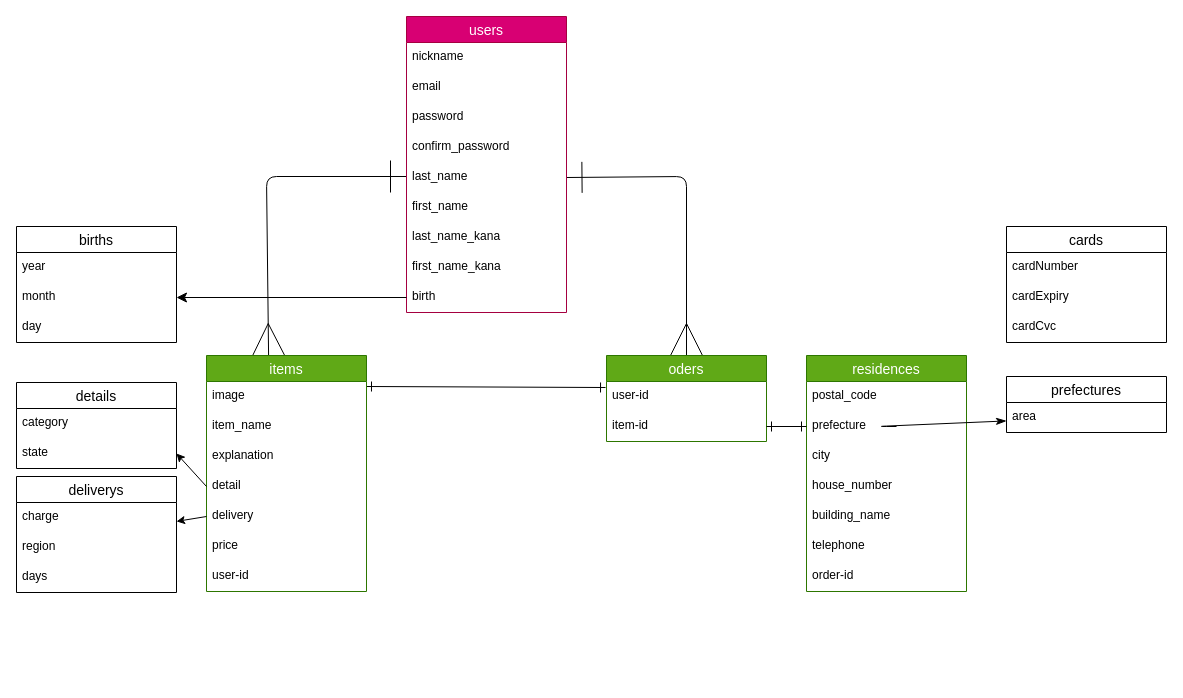
Above: test.drawio in umeeee0325/furima-40270 (draw.io), before the change. Source tidied: cells renumbered, new cells numbered last; positions are measured from the earlier drawing's top-left corner, leaving out a move shared by most shapes. Both pictures are drawn from the tidied source at 100%, with x=0, y=0 at pixel (16, 16).
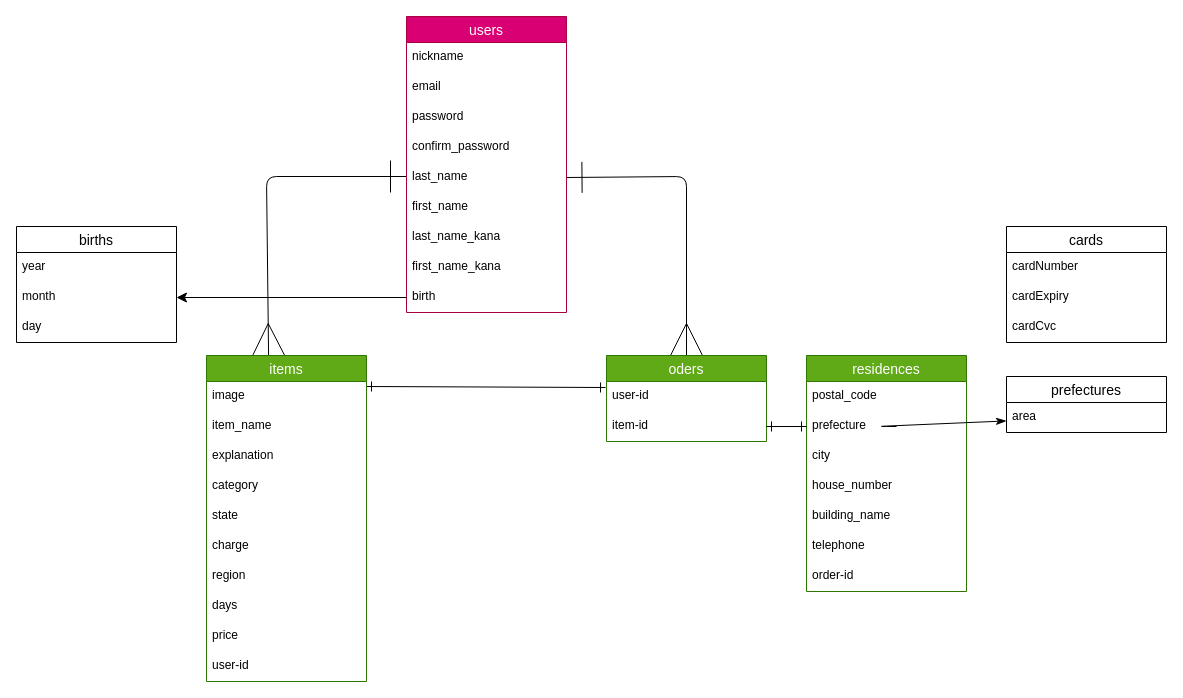
Above is the later version.

Commit message (it also covers changes not shown here):
データベース設計の修正

Change to the diagram source:
```diff
@@
     <mxCell id="15" value="items" style="swimlane;fontStyle=0;horizontal=1;startSize=26;align=center;fontSize=14;fillColor=#60a917;fontColor=#ffffff;strokeColor=#2D7600;" parent="1" vertex="1">
-      <mxGeometry x="190" y="339" width="160" height="236" as="geometry" />
+      <mxGeometry x="190" y="339" width="160" height="326" as="geometry" />
     </mxCell>
@@
-    <mxCell id="19" value="detail" style="text;strokeColor=none;fillColor=none;spacingLeft=4;spacingRight=4;overflow=hidden;points=[[0,0.5],[1,0.5]];portConstraint=eastwest;fontSize=12;" parent="15" vertex="1">
+    <mxCell id="19" value="category" style="text;strokeColor=none;fillColor=none;spacingLeft=4;spacingRight=4;overflow=hidden;points=[[0,0.5],[1,0.5]];portConstraint=eastwest;fontSize=12;" parent="15" vertex="1">
       <mxGeometry y="116" width="160" height="30" as="geometry" />
     </mxCell>
+    <mxCell id="36" value="state" style="text;strokeColor=none;fillColor=none;spacingLeft=4;spacingRight=4;overflow=hidden;points=[[0,0.5],[1,0.5]];portConstraint=eastwest;fontSize=12;" parent="15" vertex="1">
+      <mxGeometry y="146" width="160" height="30" as="geometry" />
+    </mxCell>
-    <mxCell id="20" value="delivery" style="text;strokeColor=none;fillColor=none;spacingLeft=4;spacingRight=4;overflow=hidden;points=[[0,0.5],[1,0.5]];portConstraint=eastwest;fontSize=12;" parent="15" vertex="1">
-      <mxGeometry y="146" width="160" height="30" as="geometry" />
+    <mxCell id="20" value="charge" style="text;strokeColor=none;fillColor=none;spacingLeft=4;spacingRight=4;overflow=hidden;points=[[0,0.5],[1,0.5]];portConstraint=eastwest;fontSize=12;" parent="15" vertex="1">
+      <mxGeometry y="176" width="160" height="30" as="geometry" />
     </mxCell>
+    <mxCell id="40" value="region" style="text;strokeColor=none;fillColor=none;spacingLeft=4;spacingRight=4;overflow=hidden;fontSize=12;" parent="15" vertex="1">
+      <mxGeometry y="206" width="160" height="30" as="geometry" />
+    </mxCell>
+    <mxCell id="41" value="days" style="text;strokeColor=none;fillColor=none;spacingLeft=4;spacingRight=4;overflow=hidden;fontSize=12;" parent="15" vertex="1">
+      <mxGeometry y="236" width="160" height="30" as="geometry" />
+    </mxCell>
     <mxCell id="21" value="price" style="text;strokeColor=none;fillColor=none;spacingLeft=4;spacingRight=4;overflow=hidden;fontSize=12;" parent="15" vertex="1">
-      <mxGeometry y="176" width="160" height="30" as="geometry" />
+      <mxGeometry y="266" width="160" height="30" as="geometry" />
     </mxCell>
     <mxCell id="22" value="user-id" style="text;strokeColor=none;fillColor=none;spacingLeft=4;spacingRight=4;overflow=hidden;fontSize=12;" parent="15" vertex="1">
-      <mxGeometry y="206" width="160" height="30" as="geometry" />
+      <mxGeometry y="296" width="160" height="30" as="geometry" />
     </mxCell>
@@
-    <mxCell id="34" value="details" style="swimlane;fontStyle=0;horizontal=1;startSize=26;align=center;fontSize=14;" parent="1" vertex="1">
-      <mxGeometry y="366" width="160" height="86" as="geometry" />
-    </mxCell>
-    <mxCell id="35" value="category" style="text;strokeColor=none;fillColor=none;spacingLeft=4;spacingRight=4;overflow=hidden;fontSize=12;" parent="34" vertex="1">
-      <mxGeometry y="26" width="160" height="30" as="geometry" />
-    </mxCell>
-    <mxCell id="36" value="state" style="text;strokeColor=none;fillColor=none;spacingLeft=4;spacingRight=4;overflow=hidden;points=[[0,0.5],[1,0.5]];portConstraint=eastwest;fontSize=12;" parent="34" vertex="1">
-      <mxGeometry y="56" width="160" height="30" as="geometry" />
-    </mxCell>
-    <mxCell id="37" style="edgeStyle=none;html=1;exitX=0;exitY=0.5;exitDx=0;exitDy=0;entryX=1;entryY=0.5;entryDx=0;entryDy=0;" parent="1" edge="1" source="19" target="36">
-      <mxGeometry relative="1" as="geometry" />
-    </mxCell>
-    <mxCell id="38" value="deliverys" style="swimlane;fontStyle=0;horizontal=1;startSize=26;align=center;fontSize=14;" parent="1" vertex="1">
-      <mxGeometry y="460" width="160" height="116" as="geometry" />
-    </mxCell>
-    <mxCell id="39" value="charge" style="text;strokeColor=none;fillColor=none;spacingLeft=4;spacingRight=4;overflow=hidden;fontSize=12;" parent="38" vertex="1">
-      <mxGeometry y="26" width="160" height="30" as="geometry" />
-    </mxCell>
-    <mxCell id="40" value="region" style="text;strokeColor=none;fillColor=none;spacingLeft=4;spacingRight=4;overflow=hidden;fontSize=12;" parent="38" vertex="1">
-      <mxGeometry y="56" width="160" height="30" as="geometry" />
-    </mxCell>
-    <mxCell id="41" value="days" style="text;strokeColor=none;fillColor=none;spacingLeft=4;spacingRight=4;overflow=hidden;fontSize=12;" parent="38" vertex="1">
-      <mxGeometry y="86" width="160" height="30" as="geometry" />
-    </mxCell>
-    <mxCell id="42" style="edgeStyle=none;html=1;exitX=0;exitY=0.5;exitDx=0;exitDy=0;" parent="1" edge="1" source="20" target="38">
-      <mxGeometry relative="1" as="geometry" />
-    </mxCell>
```
